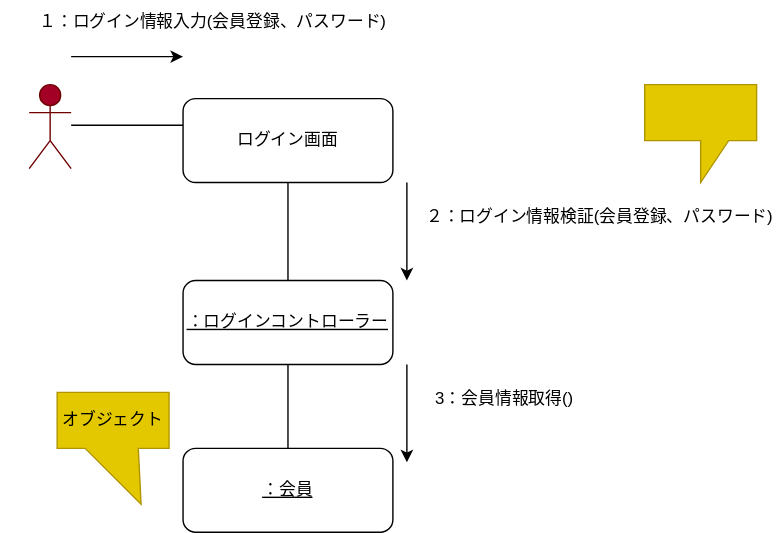
Earlier version of the draw.io export 図5-1 コミュニケーション図の例.drawio.svg (youryota/uml-introduction). Source tidied: cells renumbered, new cells last; positions are measured from the earlier drawing's top-left corner, leaving out a move shared by most shapes. Its diagram source:
```xml
<mxGraphModel>
  <root>
    <mxCell id="0" />
    <mxCell id="1" parent="0" />
    <mxCell id="2" value="Actor" style="shape=umlActor;verticalLabelPosition=bottom;verticalAlign=top;html=1;fillColor=#a20025;fontColor=#ffffff;strokeColor=#6F0000;" parent="1" vertex="1">
      <mxGeometry x="20" y="60" width="30" height="60" as="geometry" />
    </mxCell>
    <mxCell id="3" value="ログイン画面" style="rounded=1;whiteSpace=wrap;html=1;" parent="1" vertex="1">
      <mxGeometry x="130" y="70" width="150" height="60" as="geometry" />
    </mxCell>
    <mxCell id="4" style="endArrow=none;html=1;" parent="1" edge="1">
      <mxGeometry relative="1" as="geometry">
        <mxPoint x="50" y="89" as="sourcePoint" />
        <mxPoint x="130" y="89" as="targetPoint" />
      </mxGeometry>
    </mxCell>
    <mxCell id="5" style="endArrow=classic;html=1;" parent="1" edge="1">
      <mxGeometry relative="1" as="geometry">
        <mxPoint x="50" y="40" as="sourcePoint" />
        <mxPoint x="130" y="40" as="targetPoint" />
        <Array as="points">
          <mxPoint x="100" y="40" />
        </Array>
      </mxGeometry>
    </mxCell>
    <mxCell id="6" style="edgeStyle=none;html=1;startArrow=none;startFill=0;endArrow=none;endFill=0;exitX=0.5;exitY=0;exitDx=0;exitDy=0;" parent="1" edge="1" source="12" target="3">
      <mxGeometry relative="1" as="geometry" />
    </mxCell>
    <mxCell id="7" value="１：ログイン情報入力(会員登録、パスワード)" style="text;html=1;strokeColor=none;fillColor=none;align=center;verticalAlign=middle;whiteSpace=wrap;rounded=0;" parent="1" vertex="1">
      <mxGeometry width="303" height="30" as="geometry" />
    </mxCell>
    <mxCell id="8" style="endArrow=classic;html=1;" parent="1" edge="1">
      <mxGeometry relative="1" as="geometry">
        <mxPoint x="290" y="130" as="sourcePoint" />
        <mxPoint x="290" y="200" as="targetPoint" />
        <Array as="points">
          <mxPoint x="290" y="160" />
          <mxPoint x="290" y="170" />
        </Array>
      </mxGeometry>
    </mxCell>
    <mxCell id="9" value="２：ログイン情報検証(会員登録、パスワード)" style="text;html=1;strokeColor=none;fillColor=none;align=center;verticalAlign=middle;whiteSpace=wrap;rounded=0;" parent="1" vertex="1">
      <mxGeometry x="303" y="140" width="250" height="30" as="geometry" />
    </mxCell>
    <mxCell id="10" style="edgeStyle=none;html=1;startArrow=none;startFill=0;endArrow=none;endFill=0;entryX=0.5;entryY=1;entryDx=0;entryDy=0;" parent="1" edge="1" source="11" target="12">
      <mxGeometry relative="1" as="geometry" />
    </mxCell>
    <mxCell id="11" value="&lt;u&gt;：会員&lt;/u&gt;" style="rounded=1;whiteSpace=wrap;html=1;" parent="1" vertex="1">
      <mxGeometry x="130" y="320" width="150" height="60" as="geometry" />
    </mxCell>
    <mxCell id="12" value="&lt;u&gt;：ログインコントローラー&lt;/u&gt;" style="rounded=1;whiteSpace=wrap;html=1;" parent="1" vertex="1">
      <mxGeometry x="130" y="200" width="150" height="60" as="geometry" />
    </mxCell>
    <mxCell id="13" style="endArrow=classic;html=1;" parent="1" edge="1">
      <mxGeometry relative="1" as="geometry">
        <mxPoint x="290" y="260" as="sourcePoint" />
        <mxPoint x="290" y="330" as="targetPoint" />
        <Array as="points">
          <mxPoint x="290" y="300" />
        </Array>
      </mxGeometry>
    </mxCell>
    <mxCell id="14" value="3：会員情報取得()" style="text;html=1;strokeColor=none;fillColor=none;align=center;verticalAlign=middle;whiteSpace=wrap;rounded=0;" parent="1" vertex="1">
      <mxGeometry x="300" y="270" width="120" height="30" as="geometry" />
    </mxCell>
    <mxCell id="15" style="shape=callout;whiteSpace=wrap;html=1;perimeter=calloutPerimeter;fillColor=#e3c800;fontColor=#000000;strokeColor=#B09500;" parent="1" vertex="1">
      <mxGeometry x="460" y="60" width="80" height="70" as="geometry" />
    </mxCell>
    <mxCell id="16" value="オブジェクト" style="shape=callout;whiteSpace=wrap;html=1;perimeter=calloutPerimeter;size=40;position=0.25;base=38;position2=0.75;fillColor=#e3c800;fontColor=#000000;strokeColor=#B09500;" parent="1" vertex="1">
      <mxGeometry x="40" y="280" width="80" height="80" as="geometry" />
    </mxCell>
  </root>
</mxGraphModel>
```
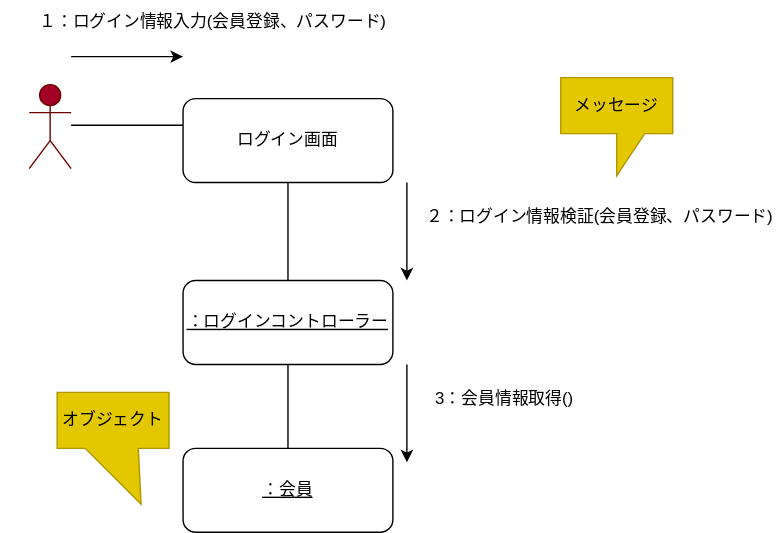
After the change.

Diff of the diagram source:
```diff
@@ -63,8 +63,8 @@
     <mxCell id="14" value="3：会員情報取得()" style="text;html=1;strokeColor=none;fillColor=none;align=center;verticalAlign=middle;whiteSpace=wrap;rounded=0;" parent="1" vertex="1">
       <mxGeometry x="300" y="270" width="120" height="30" as="geometry" />
     </mxCell>
-    <mxCell id="15" style="shape=callout;whiteSpace=wrap;html=1;perimeter=calloutPerimeter;fillColor=#e3c800;fontColor=#000000;strokeColor=#B09500;" parent="1" vertex="1">
-      <mxGeometry x="460" y="60" width="80" height="70" as="geometry" />
+    <mxCell id="15" value="メッセージ" style="shape=callout;whiteSpace=wrap;html=1;perimeter=calloutPerimeter;fillColor=#e3c800;fontColor=#000000;strokeColor=#B09500;" parent="1" vertex="1">
+      <mxGeometry x="400" y="55" width="80" height="70" as="geometry" />
     </mxCell>
     <mxCell id="16" value="オブジェクト" style="shape=callout;whiteSpace=wrap;html=1;perimeter=calloutPerimeter;size=40;position=0.25;base=38;position2=0.75;fillColor=#e3c800;fontColor=#000000;strokeColor=#B09500;" parent="1" vertex="1">
       <mxGeometry x="40" y="280" width="80" height="80" as="geometry" />
```
